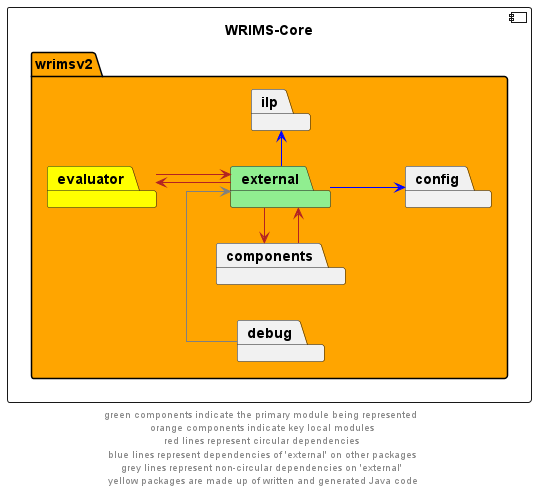
This is docs/diagrams/wrims-core/wrims-core_external.png from CentralValleyModeling/wrims-engine, a PlantUML export, as it was before one commit.
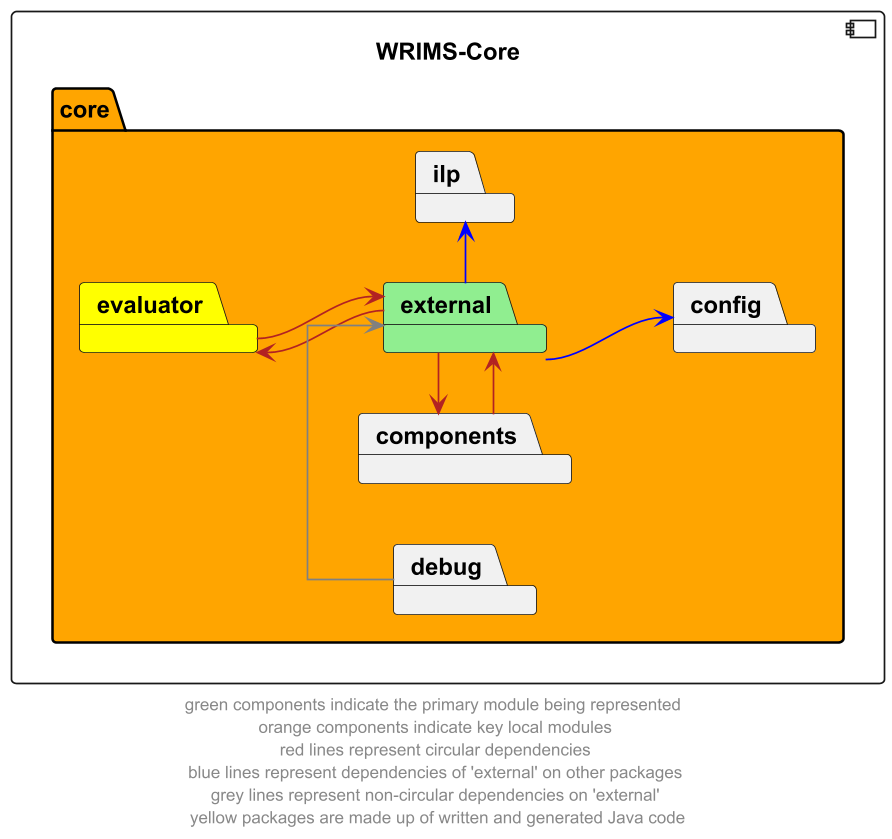
After the commit.

Diff of the diagram source:
```diff
@@ -3,7 +3,7 @@
 skinparam linetype ortho
 
 component wrims_core as "WRIMS-Core" {
-    package wrimsv2  #orange{
+    package core  #orange{
         package external #lightgreen
         package components
         package config
```
